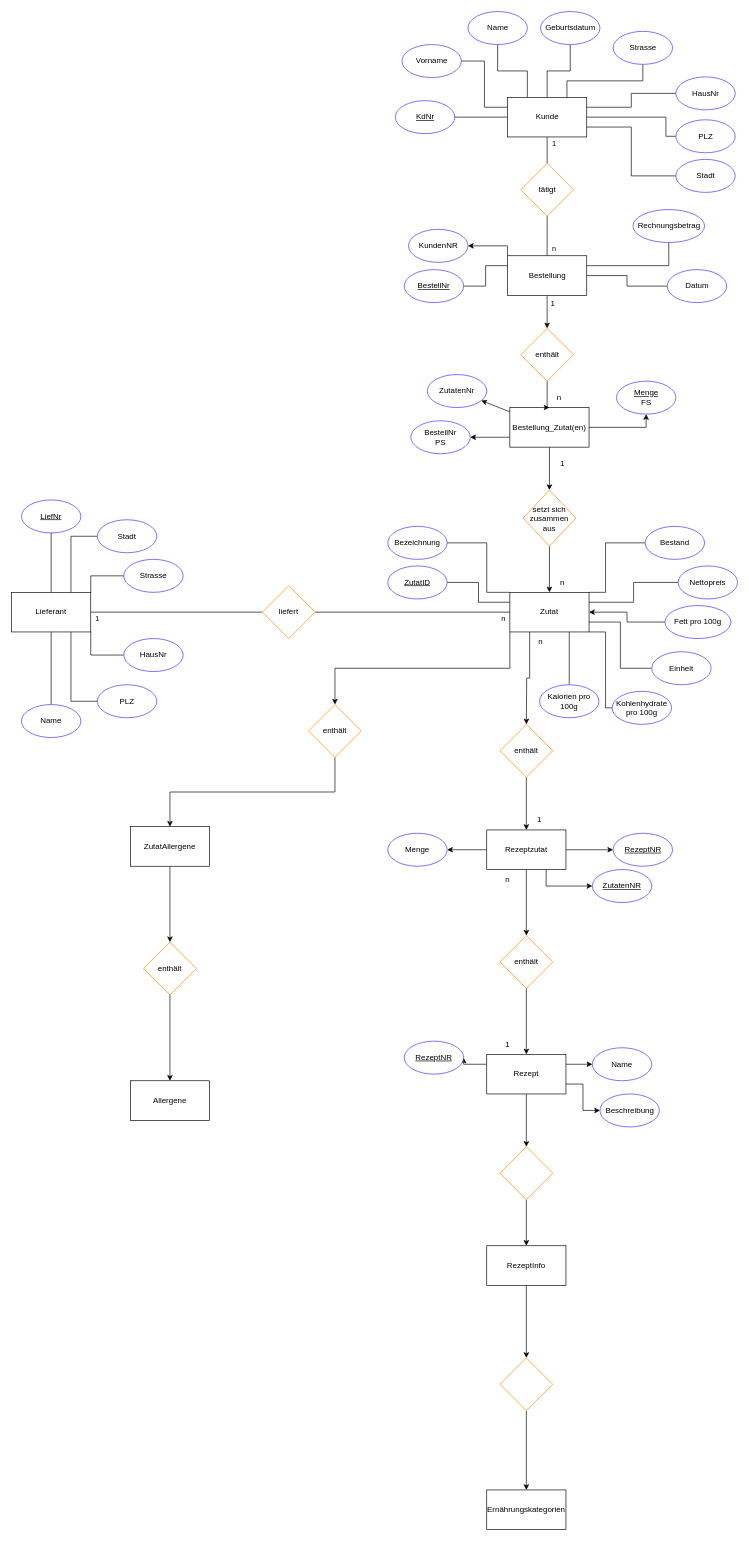
Earlier version of the draw.io diagram ERD-IST-Zustand.drawio (panchord/Draw.io). Source tidied: cells renumbered, new cells numbered last; positions are measured from the earlier drawing's top-left corner, leaving out a move shared by most shapes. Both pictures are drawn from the tidied source at 66%, with x=0, y=0 at pixel (11, 11).
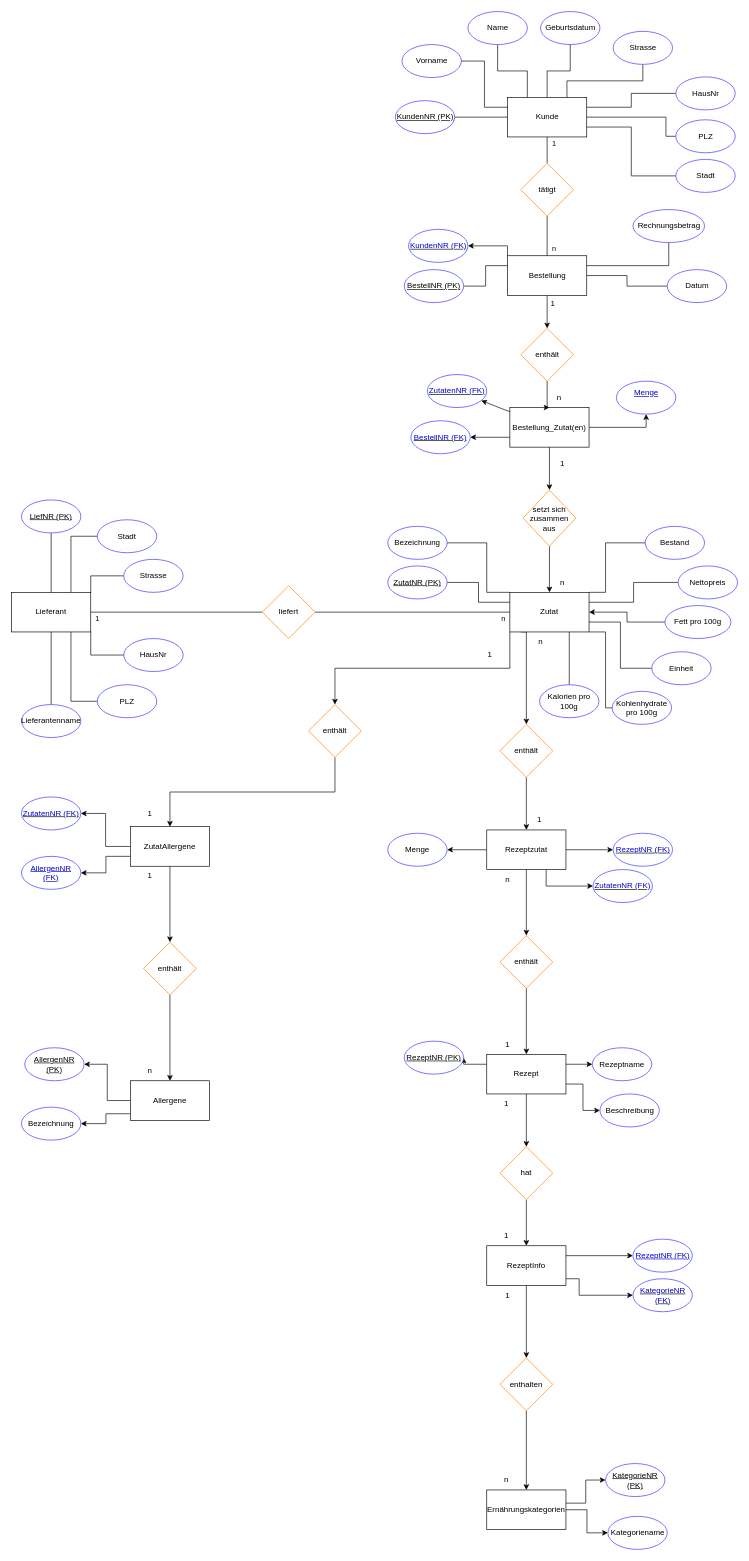
The same diagram, later.

Unchanged cells that the change refers to:
```xml
<mxCell id="33" value="Zutat" style="rounded=0;whiteSpace=wrap;html=1;" parent="1" vertex="1">
  <mxGeometry x="755" y="880" width="120" height="60" as="geometry" />
</mxCell>
<mxCell id="96" value="n" style="text;html=1;align=center;verticalAlign=middle;whiteSpace=wrap;rounded=0;" parent="1" vertex="1">
  <mxGeometry x="771.5" y="940" width="60" height="30" as="geometry" />
</mxCell>
<mxCell id="110" value="Ernährungskategorien" style="rounded=0;whiteSpace=wrap;html=1;" parent="1" vertex="1">
  <mxGeometry x="720" y="2240" width="120" height="60" as="geometry" />
</mxCell>
<mxCell id="112" value="RezeptInfo" style="rounded=0;whiteSpace=wrap;html=1;" parent="1" vertex="1">
  <mxGeometry x="720" y="1870" width="120" height="60" as="geometry" />
</mxCell>
<mxCell id="116" value="ZutatAllergene" style="rounded=0;whiteSpace=wrap;html=1;" parent="1" vertex="1">
  <mxGeometry x="180" y="1235" width="120" height="60" as="geometry" />
</mxCell>
<mxCell id="121" value="Allergene" style="rounded=0;whiteSpace=wrap;html=1;" parent="1" vertex="1">
  <mxGeometry x="180" y="1620" width="120" height="60" as="geometry" />
</mxCell>
```

What changed in the source:
```diff
@@
-    <mxCell id="4" value="&lt;u&gt;KdNr&lt;/u&gt;" style="ellipse;whiteSpace=wrap;html=1;strokeColor=#3333FF;" parent="1" vertex="1">
+    <mxCell id="4" value="&lt;u&gt;KundenNR (PK)&lt;/u&gt;" style="ellipse;whiteSpace=wrap;html=1;strokeColor=#3333FF;" parent="1" vertex="1">
       <mxGeometry x="581.5" y="135" width="90" height="50" as="geometry" />
     </mxCell>
@@
-    <mxCell id="23" value="&lt;u&gt;BestellNr&lt;/u&gt;" style="ellipse;whiteSpace=wrap;html=1;strokeColor=#3333FF;" parent="1" vertex="1">
+    <mxCell id="23" value="&lt;u&gt;BestellNR (PK)&lt;/u&gt;" style="ellipse;whiteSpace=wrap;html=1;strokeColor=#3333FF;" parent="1" vertex="1">
       <mxGeometry x="595" y="391" width="90" height="50" as="geometry" />
     </mxCell>
@@
-    <mxCell id="31" style="edgeStyle=orthogonalEdgeStyle;rounded=0;jettySize=auto;html=1;exitX=0.25;exitY=1;exitDx=0;exitDy=0;" parent="1" edge="1" source="33">
+    <mxCell id="31" style="edgeStyle=orthogonalEdgeStyle;rounded=0;jettySize=auto;html=1;exitX=0;exitY=0;exitDx=0;exitDy=0;" parent="1" edge="1" source="96">
       <mxGeometry relative="1" as="geometry">
         <mxPoint x="780" y="1080" as="targetPoint" />
+        <Array as="points">
+          <mxPoint x="780" y="940" />
+        </Array>
       </mxGeometry>
     </mxCell>
@@
-    <mxCell id="35" value="&lt;u&gt;ZutatID&lt;/u&gt;" style="ellipse;whiteSpace=wrap;html=1;strokeColor=#3333FF;" parent="1" vertex="1">
+    <mxCell id="35" value="&lt;u&gt;ZutatNR (PK)&lt;/u&gt;" style="ellipse;whiteSpace=wrap;html=1;strokeColor=#3333FF;" parent="1" vertex="1">
       <mxGeometry x="570" y="840" width="90" height="50" as="geometry" />
     </mxCell>
@@
-    <mxCell id="56" value="&lt;u&gt;LiefNr&lt;/u&gt;" style="ellipse;whiteSpace=wrap;html=1;strokeColor=#3333FF;" parent="1" vertex="1">
+    <mxCell id="56" value="&lt;u&gt;LiefNR (PK)&lt;/u&gt;" style="ellipse;whiteSpace=wrap;html=1;strokeColor=#3333FF;" parent="1" vertex="1">
       <mxGeometry x="15" y="740" width="90" height="50" as="geometry" />
     </mxCell>
@@
-    <mxCell id="66" value="Name" style="ellipse;whiteSpace=wrap;html=1;strokeColor=#3333FF;" parent="1" vertex="1">
+    <mxCell id="66" value="Lieferantenname" style="ellipse;whiteSpace=wrap;html=1;strokeColor=#3333FF;" parent="1" vertex="1">
       <mxGeometry x="15" y="1050" width="90" height="50" as="geometry" />
     </mxCell>
@@
-    <mxCell id="72" value="BestellNr&lt;br&gt;PS" style="ellipse;whiteSpace=wrap;html=1;strokeColor=#3333FF;" parent="1" vertex="1">
+    <mxCell id="72" value="&lt;u&gt;&lt;font color=&quot;#0000cc&quot;&gt;BestellNR (FK)&lt;/font&gt;&lt;br&gt;&lt;/u&gt;" style="ellipse;whiteSpace=wrap;html=1;strokeColor=#3333FF;" parent="1" vertex="1">
       <mxGeometry x="605" y="620" width="90" height="50" as="geometry" />
     </mxCell>
-    <mxCell id="73" value="ZutatenNr" style="ellipse;whiteSpace=wrap;html=1;strokeColor=#3333FF;" parent="1" vertex="1">
+    <mxCell id="73" value="&lt;u&gt;&lt;font color=&quot;#0000cc&quot;&gt;ZutatenNR (FK)&lt;/font&gt;&lt;/u&gt;" style="ellipse;whiteSpace=wrap;html=1;strokeColor=#3333FF;" parent="1" vertex="1">
       <mxGeometry x="630" y="550" width="90" height="50" as="geometry" />
     </mxCell>
-    <mxCell id="74" value="&lt;u&gt;Menge&lt;/u&gt;&lt;br&gt;FS" style="ellipse;whiteSpace=wrap;html=1;strokeColor=#3333FF;" parent="1" vertex="1">
+    <mxCell id="74" value="&lt;font color=&quot;#0000cc&quot;&gt;&lt;u&gt;Menge&lt;/u&gt;&lt;br&gt;&lt;/font&gt;&lt;div&gt;&lt;font color=&quot;#0000cc&quot;&gt;&lt;u&gt;&lt;br&gt;&lt;/u&gt;&lt;/font&gt;&lt;/div&gt;" style="ellipse;whiteSpace=wrap;html=1;strokeColor=#3333FF;" parent="1" vertex="1">
       <mxGeometry x="916.5" y="560" width="90" height="50" as="geometry" />
     </mxCell>
@@
-    <mxCell id="77" value="KundenNR" style="ellipse;whiteSpace=wrap;html=1;strokeColor=#3333FF;" parent="1" vertex="1">
+    <mxCell id="77" value="&lt;u&gt;&lt;font color=&quot;#0000cc&quot;&gt;KundenNR (FK)&lt;/font&gt;&lt;/u&gt;" style="ellipse;whiteSpace=wrap;html=1;strokeColor=#3333FF;" parent="1" vertex="1">
       <mxGeometry x="601.5" y="330" width="90" height="50" as="geometry" />
     </mxCell>
@@
-    <mxCell id="87" value="&lt;u&gt;RezeptNR&lt;/u&gt;" style="ellipse;whiteSpace=wrap;html=1;strokeColor=#3333FF;" parent="1" vertex="1">
+    <mxCell id="87" value="&lt;u&gt;&lt;font color=&quot;#0000cc&quot;&gt;RezeptNR (FK)&lt;/font&gt;&lt;/u&gt;" style="ellipse;whiteSpace=wrap;html=1;strokeColor=#3333FF;" parent="1" vertex="1">
       <mxGeometry x="911.5" y="1245" width="90" height="50" as="geometry" />
     </mxCell>
-    <mxCell id="88" value="&lt;u&gt;ZutatenNR&lt;/u&gt;" style="ellipse;whiteSpace=wrap;html=1;strokeColor=#3333FF;" parent="1" vertex="1">
-      <mxGeometry x="880" y="1300" width="90" height="50" as="geometry" />
+    <mxCell id="88" value="&lt;u&gt;&lt;font color=&quot;#0000cc&quot;&gt;ZutatenNR (FK)&lt;/font&gt;&lt;/u&gt;" style="ellipse;whiteSpace=wrap;html=1;strokeColor=#3333FF;" parent="1" vertex="1">
+      <mxGeometry x="881" y="1300" width="90" height="50" as="geometry" />
     </mxCell>
@@
-    <mxCell id="105" value="&lt;u&gt;RezeptNR&lt;/u&gt;" style="ellipse;whiteSpace=wrap;html=1;strokeColor=#3333FF;" parent="1" vertex="1">
+    <mxCell id="105" value="&lt;u&gt;RezeptNR (PK)&lt;/u&gt;" style="ellipse;whiteSpace=wrap;html=1;strokeColor=#3333FF;" parent="1" vertex="1">
       <mxGeometry x="595" y="1560" width="90" height="50" as="geometry" />
     </mxCell>
-    <mxCell id="106" value="Name" style="ellipse;whiteSpace=wrap;html=1;strokeColor=#3333FF;" parent="1" vertex="1">
+    <mxCell id="106" value="Rezeptname" style="ellipse;whiteSpace=wrap;html=1;strokeColor=#3333FF;" parent="1" vertex="1">
       <mxGeometry x="880" y="1570" width="90" height="50" as="geometry" />
     </mxCell>
@@
-    <mxCell id="109" style="rhombus;whiteSpace=wrap;html=1;strokeColor=#FF8000;" parent="1" vertex="1">
+    <mxCell id="109" value="hat" style="rhombus;whiteSpace=wrap;html=1;strokeColor=#FF8000;" parent="1" vertex="1">
       <mxGeometry x="740" y="1720" width="80" height="80" as="geometry" />
     </mxCell>
+    <mxCell id="122" style="edgeStyle=orthogonalEdgeStyle;rounded=0;jettySize=auto;html=1;entryX=0;entryY=0.5;entryDx=0;entryDy=0;" parent="1" edge="1" source="110" target="132">
+      <mxGeometry relative="1" as="geometry">
+        <Array as="points">
+          <mxPoint x="870" y="2260" />
+          <mxPoint x="870" y="2225" />
+        </Array>
+      </mxGeometry>
+    </mxCell>
+    <mxCell id="123" style="edgeStyle=orthogonalEdgeStyle;rounded=0;jettySize=auto;html=1;entryX=0;entryY=0.5;entryDx=0;entryDy=0;" parent="1" edge="1" source="110" target="133">
+      <mxGeometry relative="1" as="geometry" />
+    </mxCell>
@@
+    <mxCell id="124" style="edgeStyle=orthogonalEdgeStyle;rounded=0;jettySize=auto;html=1;entryX=0;entryY=0.5;entryDx=0;entryDy=0;" parent="1" edge="1" source="112" target="130">
+      <mxGeometry relative="1" as="geometry">
+        <Array as="points">
+          <mxPoint x="870" y="1885" />
+          <mxPoint x="870" y="1885" />
+        </Array>
+      </mxGeometry>
+    </mxCell>
+    <mxCell id="125" style="edgeStyle=orthogonalEdgeStyle;rounded=0;jettySize=auto;html=1;entryX=0;entryY=0.5;entryDx=0;entryDy=0;" parent="1" edge="1" source="112" target="131">
+      <mxGeometry relative="1" as="geometry">
+        <Array as="points">
+          <mxPoint x="860" y="1920" />
+          <mxPoint x="860" y="1945" />
+        </Array>
+      </mxGeometry>
+    </mxCell>
@@
-    <mxCell id="114" style="rhombus;whiteSpace=wrap;html=1;strokeColor=#FF8000;" parent="1" vertex="1">
+    <mxCell id="114" value="enthalten" style="rhombus;whiteSpace=wrap;html=1;strokeColor=#FF8000;" parent="1" vertex="1">
       <mxGeometry x="740" y="2040" width="80" height="80" as="geometry" />
     </mxCell>
@@
+    <mxCell id="126" style="edgeStyle=orthogonalEdgeStyle;rounded=0;jettySize=auto;html=1;entryX=1;entryY=0.5;entryDx=0;entryDy=0;" parent="1" edge="1" source="116" target="140">
+      <mxGeometry relative="1" as="geometry" />
+    </mxCell>
+    <mxCell id="127" style="edgeStyle=orthogonalEdgeStyle;rounded=0;jettySize=auto;html=1;entryX=1;entryY=0.5;entryDx=0;entryDy=0;" parent="1" edge="1" source="116" target="141">
+      <mxGeometry relative="1" as="geometry">
+        <Array as="points">
+          <mxPoint x="143" y="1280" />
+          <mxPoint x="143" y="1305" />
+        </Array>
+      </mxGeometry>
+    </mxCell>
@@
+    <mxCell id="128" style="edgeStyle=orthogonalEdgeStyle;rounded=0;jettySize=auto;html=1;entryX=1;entryY=0.5;entryDx=0;entryDy=0;" parent="1" edge="1" source="121" target="138">
+      <mxGeometry relative="1" as="geometry" />
+    </mxCell>
+    <mxCell id="129" style="edgeStyle=orthogonalEdgeStyle;rounded=0;jettySize=auto;html=1;entryX=1;entryY=0.5;entryDx=0;entryDy=0;" parent="1" edge="1" source="121" target="139">
+      <mxGeometry relative="1" as="geometry">
+        <Array as="points">
+          <mxPoint x="143" y="1670" />
+          <mxPoint x="143" y="1685" />
+        </Array>
+      </mxGeometry>
+    </mxCell>
@@
+    <mxCell id="130" value="&lt;font color=&quot;#0000cc&quot;&gt;&lt;u&gt;RezeptNR (FK)&lt;/u&gt;&lt;/font&gt;" style="ellipse;whiteSpace=wrap;html=1;strokeColor=#3333FF;" parent="1" vertex="1">
+      <mxGeometry x="941.5" y="1860" width="90" height="50" as="geometry" />
+    </mxCell>
+    <mxCell id="131" value="&lt;u&gt;&lt;font color=&quot;#0000cc&quot;&gt;KategorieNR (FK)&lt;/font&gt;&lt;/u&gt;" style="ellipse;whiteSpace=wrap;html=1;strokeColor=#3333FF;" parent="1" vertex="1">
+      <mxGeometry x="941.5" y="1920" width="90" height="50" as="geometry" />
+    </mxCell>
+    <mxCell id="132" value="&lt;u&gt;KategorieNR (PK)&lt;/u&gt;" style="ellipse;whiteSpace=wrap;html=1;strokeColor=#3333FF;" parent="1" vertex="1">
+      <mxGeometry x="900" y="2200" width="90" height="50" as="geometry" />
+    </mxCell>
+    <mxCell id="133" value="Kategoriename" style="ellipse;whiteSpace=wrap;html=1;strokeColor=#3333FF;" parent="1" vertex="1">
+      <mxGeometry x="903.5" y="2280" width="90" height="50" as="geometry" />
+    </mxCell>
+    <mxCell id="134" value="1" style="text;html=1;align=center;verticalAlign=middle;whiteSpace=wrap;rounded=0;" parent="1" vertex="1">
+      <mxGeometry x="720" y="1640" width="60" height="30" as="geometry" />
+    </mxCell>
+    <mxCell id="135" value="1" style="text;html=1;align=center;verticalAlign=middle;whiteSpace=wrap;rounded=0;" parent="1" vertex="1">
+      <mxGeometry x="720" y="1840" width="60" height="30" as="geometry" />
+    </mxCell>
+    <mxCell id="136" value="1" style="text;html=1;align=center;verticalAlign=middle;whiteSpace=wrap;rounded=0;" parent="1" vertex="1">
+      <mxGeometry x="721.5" y="1930" width="60" height="30" as="geometry" />
+    </mxCell>
+    <mxCell id="137" value="n" style="text;html=1;align=center;verticalAlign=middle;whiteSpace=wrap;rounded=0;" parent="1" vertex="1">
+      <mxGeometry x="720" y="2210" width="60" height="30" as="geometry" />
+    </mxCell>
+    <mxCell id="138" value="&lt;u&gt;AllergenNR (PK)&lt;/u&gt;" style="ellipse;whiteSpace=wrap;html=1;strokeColor=#3333FF;" parent="1" vertex="1">
+      <mxGeometry x="20" y="1570" width="90" height="50" as="geometry" />
+    </mxCell>
+    <mxCell id="139" value="Bezeichnung" style="ellipse;whiteSpace=wrap;html=1;strokeColor=#3333FF;" parent="1" vertex="1">
+      <mxGeometry x="15" y="1660" width="90" height="50" as="geometry" />
+    </mxCell>
+    <mxCell id="140" value="&lt;u&gt;&lt;font color=&quot;#0000cc&quot;&gt;ZutatenNR (FK)&lt;/font&gt;&lt;/u&gt;" style="ellipse;whiteSpace=wrap;html=1;strokeColor=#3333FF;" parent="1" vertex="1">
+      <mxGeometry x="15" y="1190" width="90" height="50" as="geometry" />
+    </mxCell>
+    <mxCell id="141" value="&lt;font color=&quot;#0000cc&quot;&gt;&lt;u&gt;AllergenNR (FK)&lt;/u&gt;&lt;/font&gt;" style="ellipse;whiteSpace=wrap;html=1;strokeColor=#3333FF;" parent="1" vertex="1">
+      <mxGeometry x="15" y="1280" width="90" height="50" as="geometry" />
+    </mxCell>
+    <mxCell id="142" value="1" style="text;html=1;align=center;verticalAlign=middle;whiteSpace=wrap;rounded=0;" parent="1" vertex="1">
+      <mxGeometry x="695" y="960" width="60" height="30" as="geometry" />
+    </mxCell>
+    <mxCell id="143" value="1" style="text;html=1;align=center;verticalAlign=middle;whiteSpace=wrap;rounded=0;" parent="1" vertex="1">
+      <mxGeometry x="180" y="1200" width="60" height="30" as="geometry" />
+    </mxCell>
+    <mxCell id="144" value="1" style="text;html=1;align=center;verticalAlign=middle;whiteSpace=wrap;rounded=0;" parent="1" vertex="1">
+      <mxGeometry x="180" y="1295" width="60" height="30" as="geometry" />
+    </mxCell>
+    <mxCell id="145" value="n" style="text;html=1;align=center;verticalAlign=middle;whiteSpace=wrap;rounded=0;" parent="1" vertex="1">
+      <mxGeometry x="180" y="1590" width="60" height="30" as="geometry" />
+    </mxCell>
```
